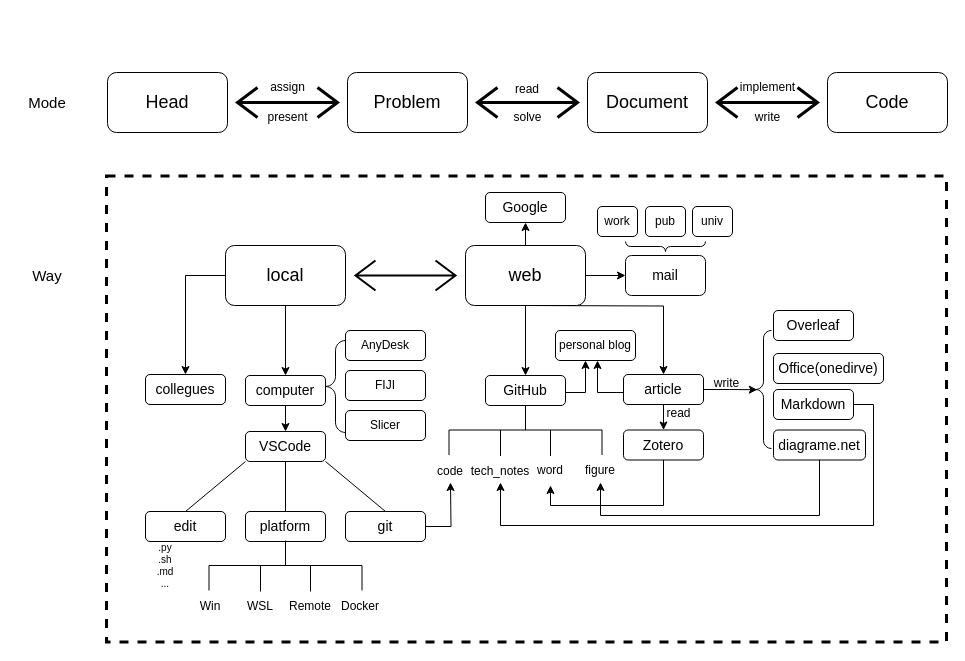
This is page "work routine" (5 of 6) of Fig_CS/Figure-Factory.drawio from jizhang02/Figure-Factory, a draw.io file, before an edit. Source tidied: cells renumbered, new cells numbered last; positions are measured from the earlier drawing's top-left corner, leaving out a move shared by most shapes. Both pictures are drawn from the tidied source at 100%, with x=0, y=0 at pixel (17, 72).
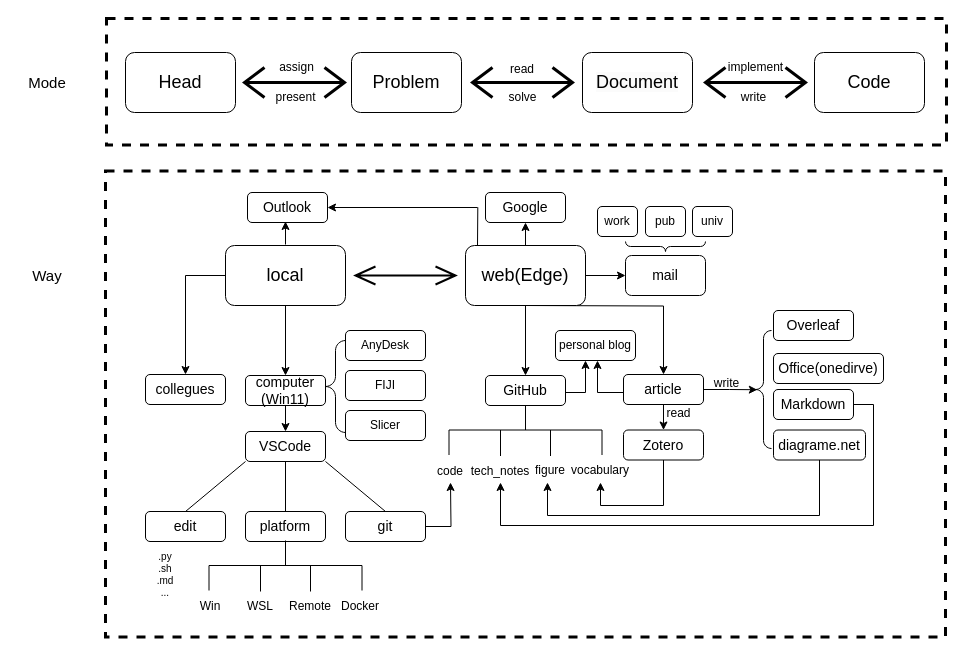
The same diagram, later.

Unchanged cells that the change refers to:
```xml
<mxCell id="75" value="&lt;font style=&quot;font-size: 14px;&quot;&gt;Zotero&lt;/font&gt;" style="rounded=1;whiteSpace=wrap;html=1;fontSize=12;" parent="1" vertex="1">
  <mxGeometry x="606" y="357.5" width="80" height="30" as="geometry" />
</mxCell>
<mxCell id="79" value="&lt;span style=&quot;font-size: 14px;&quot;&gt;diagrame.net&lt;/span&gt;" style="rounded=1;whiteSpace=wrap;html=1;fontSize=12;" parent="1" vertex="1">
  <mxGeometry x="756" y="357.5" width="92" height="30" as="geometry" />
</mxCell>
```

Diff of the diagram source:
```diff
@@
+    <mxCell id="81" style="rounded=0;whiteSpace=wrap;html=1;strokeColor=#000000;strokeWidth=3;fontSize=15;fillColor=none;dashed=1;" parent="1" vertex="1">
+      <mxGeometry x="89" y="-54" width="840" height="126.5" as="geometry" />
+    </mxCell>
     <mxCell id="2" style="rounded=0;whiteSpace=wrap;html=1;strokeColor=#000000;strokeWidth=3;fontSize=15;fillColor=none;dashed=1;" parent="1" vertex="1">
-      <mxGeometry x="89" y="103.5" width="840" height="466" as="geometry" />
+      <mxGeometry x="88" y="98.5" width="840" height="466" as="geometry" />
     </mxCell>
     <mxCell id="3" value="&lt;font style=&quot;font-size: 18px;&quot;&gt;Problem&lt;/font&gt;" style="rounded=1;whiteSpace=wrap;html=1;" parent="1" vertex="1">
-      <mxGeometry x="330" width="120" height="60" as="geometry" />
+      <mxGeometry x="334" y="-20" width="110" height="60" as="geometry" />
     </mxCell>
     <mxCell id="4" value="&lt;span style=&quot;color: rgb(0, 0, 0); font-family: Helvetica; font-size: 18px; font-style: normal; font-variant-ligatures: normal; font-variant-caps: normal; font-weight: 400; letter-spacing: normal; orphans: 2; text-align: center; text-indent: 0px; text-transform: none; widows: 2; word-spacing: 0px; -webkit-text-stroke-width: 0px; background-color: rgb(251, 251, 251); text-decoration-thickness: initial; text-decoration-style: initial; text-decoration-color: initial; float: none; display: inline !important;&quot;&gt;Document&lt;/span&gt;" style="rounded=1;whiteSpace=wrap;html=1;" parent="1" vertex="1">
-      <mxGeometry x="570" width="120" height="60" as="geometry" />
+      <mxGeometry x="565" y="-20" width="110" height="60" as="geometry" />
     </mxCell>
     <mxCell id="5" value="&lt;font style=&quot;font-size: 18px;&quot;&gt;Code&lt;/font&gt;" style="rounded=1;whiteSpace=wrap;html=1;" parent="1" vertex="1">
-      <mxGeometry x="810" width="120" height="60" as="geometry" />
+      <mxGeometry x="797" y="-20" width="110" height="60" as="geometry" />
     </mxCell>
     <mxCell id="6" style="html=1;whiteSpace=wrap;fillColor=#AFFFAF;shape=mxgraph.archimate3.commNetw;strokeWidth=3;" parent="1" vertex="1">
-      <mxGeometry x="460" y="15" width="100" height="30" as="geometry" />
+      <mxGeometry x="455" y="-5" width="100" height="30" as="geometry" />
     </mxCell>
     <mxCell id="7" style="html=1;whiteSpace=wrap;fillColor=#AFFFAF;shape=mxgraph.archimate3.commNetw;strokeWidth=3;" parent="1" vertex="1">
-      <mxGeometry x="700" y="15" width="100" height="30" as="geometry" />
+      <mxGeometry x="688" y="-5" width="100" height="30" as="geometry" />
     </mxCell>
     <mxCell id="8" value="&lt;font style=&quot;font-size: 12px;&quot;&gt;read&lt;/font&gt;" style="text;html=1;strokeColor=none;fillColor=none;align=center;verticalAlign=middle;whiteSpace=wrap;rounded=0;fontSize=18;" parent="1" vertex="1">
-      <mxGeometry x="480" width="60" height="30" as="geometry" />
+      <mxGeometry x="475" y="-20" width="60" height="30" as="geometry" />
     </mxCell>
     <mxCell id="9" value="implement" style="text;html=1;align=center;verticalAlign=middle;strokeColor=none;fillColor=none;fontSize=12;" parent="1" vertex="1">
-      <mxGeometry x="710" width="80" height="30" as="geometry" />
+      <mxGeometry x="698" y="-20" width="80" height="30" as="geometry" />
     </mxCell>
     <mxCell id="10" value="write" style="text;html=1;align=center;verticalAlign=middle;strokeColor=none;fillColor=none;fontSize=12;" parent="1" vertex="1">
-      <mxGeometry x="725" y="30" width="50" height="30" as="geometry" />
+      <mxGeometry x="711" y="10" width="50" height="30" as="geometry" />
     </mxCell>
     <mxCell id="11" value="solve" style="text;html=1;align=center;verticalAlign=middle;strokeColor=none;fillColor=none;fontSize=12;" parent="1" vertex="1">
-      <mxGeometry x="485" y="30" width="50" height="30" as="geometry" />
+      <mxGeometry x="480" y="10" width="50" height="30" as="geometry" />
     </mxCell>
     <mxCell id="12" value="&lt;font style=&quot;font-size: 18px;&quot;&gt;Head&lt;/font&gt;" style="rounded=1;whiteSpace=wrap;html=1;" parent="1" vertex="1">
-      <mxGeometry x="90" width="120" height="60" as="geometry" />
+      <mxGeometry x="108" y="-20" width="110" height="60" as="geometry" />
     </mxCell>
     <mxCell id="13" style="html=1;whiteSpace=wrap;fillColor=#AFFFAF;shape=mxgraph.archimate3.commNetw;strokeWidth=3;" parent="1" vertex="1">
-      <mxGeometry x="220" y="15" width="100" height="30" as="geometry" />
+      <mxGeometry x="227" y="-5" width="100" height="30" as="geometry" />
     </mxCell>
     <mxCell id="14" value="assign" style="text;html=1;align=center;verticalAlign=middle;strokeColor=none;fillColor=none;fontSize=12;" parent="1" vertex="1">
-      <mxGeometry x="240" width="60" height="30" as="geometry" />
+      <mxGeometry x="249" y="-20" width="60" height="30" as="geometry" />
     </mxCell>
     <mxCell id="15" value="present" style="text;html=1;align=center;verticalAlign=middle;strokeColor=none;fillColor=none;fontSize=12;" parent="1" vertex="1">
-      <mxGeometry x="240" y="30" width="60" height="30" as="geometry" />
+      <mxGeometry x="248" y="10" width="60" height="30" as="geometry" />
     </mxCell>
     <mxCell id="16" value="&lt;font style=&quot;font-size: 15px;&quot;&gt;Mode&lt;/font&gt;" style="text;html=1;strokeColor=none;fillColor=none;align=center;verticalAlign=middle;whiteSpace=wrap;rounded=0;fontSize=10;strokeWidth=1;" parent="1" vertex="1">
-      <mxGeometry y="15" width="60" height="30" as="geometry" />
+      <mxGeometry y="-5" width="60" height="30" as="geometry" />
     </mxCell>
@@
-    <mxCell id="20" value="&lt;font style=&quot;font-size: 18px;&quot;&gt;web&lt;/font&gt;" style="rounded=1;whiteSpace=wrap;html=1;fontSize=12;" parent="1" vertex="1">
+    <mxCell id="20" value="&lt;font style=&quot;font-size: 18px&quot;&gt;web(Edge)&lt;/font&gt;" style="rounded=1;whiteSpace=wrap;html=1;fontSize=12;" parent="1" vertex="1">
       <mxGeometry x="448" y="173" width="120" height="60" as="geometry" />
     </mxCell>
     <mxCell id="21" style="html=1;whiteSpace=wrap;fillColor=#AFFFAF;shape=mxgraph.archimate3.commNetw;strokeWidth=2;fontSize=18;" parent="1" vertex="1">
-      <mxGeometry x="338" y="188" width="100" height="30" as="geometry" />
+      <mxGeometry x="338" y="194" width="100" height="18" as="geometry" />
     </mxCell>
@@
-    <mxCell id="24" value="&lt;font style=&quot;font-size: 14px;&quot;&gt;computer&lt;/font&gt;" style="rounded=1;whiteSpace=wrap;html=1;fontSize=12;" parent="1" vertex="1">
+    <mxCell id="24" value="&lt;font style=&quot;font-size: 14px&quot;&gt;computer&lt;br&gt;(Win11)&lt;br&gt;&lt;/font&gt;" style="rounded=1;whiteSpace=wrap;html=1;fontSize=12;" parent="1" vertex="1">
       <mxGeometry x="228" y="303" width="80" height="30" as="geometry" />
     </mxCell>
@@
     <mxCell id="36" value="&lt;font style=&quot;font-size: 10px;&quot;&gt;.py&lt;br&gt;.sh&lt;br style=&quot;font-size: 10px;&quot;&gt;.md&lt;br style=&quot;font-size: 10px;&quot;&gt;...&lt;br style=&quot;font-size: 10px;&quot;&gt;&lt;/font&gt;" style="text;html=1;strokeColor=none;fillColor=none;align=center;verticalAlign=middle;whiteSpace=wrap;rounded=0;fontSize=10;spacing=1;" parent="1" vertex="1">
-      <mxGeometry x="118" y="473" width="60" height="40" as="geometry" />
+      <mxGeometry x="118" y="482" width="60" height="40" as="geometry" />
     </mxCell>
@@
-    <mxCell id="63" value="word" style="text;html=1;strokeColor=none;fillColor=none;align=center;verticalAlign=middle;whiteSpace=wrap;rounded=0;fontSize=12;strokeWidth=1;" parent="1" vertex="1">
+    <mxCell id="63" value="figure" style="text;html=1;strokeColor=none;fillColor=none;align=center;verticalAlign=middle;whiteSpace=wrap;rounded=0;fontSize=12;strokeWidth=1;" parent="1" vertex="1">
       <mxGeometry x="508" y="383" width="50" height="30" as="geometry" />
     </mxCell>
-    <mxCell id="64" value="figure" style="text;html=1;strokeColor=none;fillColor=none;align=center;verticalAlign=middle;whiteSpace=wrap;rounded=0;fontSize=12;strokeWidth=1;" parent="1" vertex="1">
+    <mxCell id="64" value="vocabulary" style="text;html=1;strokeColor=none;fillColor=none;align=center;verticalAlign=middle;whiteSpace=wrap;rounded=0;fontSize=12;strokeWidth=1;" parent="1" vertex="1">
       <mxGeometry x="558" y="383" width="50" height="30" as="geometry" />
     </mxCell>
@@
-    <mxCell id="74" style="edgeStyle=orthogonalEdgeStyle;rounded=0;jettySize=auto;html=1;entryX=0.5;entryY=1;entryDx=0;entryDy=0;fontSize=12;exitX=0.5;exitY=1;exitDx=0;exitDy=0;" parent="1" edge="1" source="75" target="63">
+    <mxCell id="74" style="edgeStyle=orthogonalEdgeStyle;rounded=0;jettySize=auto;html=1;fontSize=12;exitX=0.5;exitY=1;exitDx=0;exitDy=0;" parent="1" edge="1" source="75">
       <mxGeometry relative="1" as="geometry">
+        <mxPoint x="583" y="410" as="targetPoint" />
         <Array as="points">
           <mxPoint x="646" y="433" />
-          <mxPoint x="533" y="433" />
+          <mxPoint x="583" y="433" />
         </Array>
       </mxGeometry>
     </mxCell>
@@
     <mxCell id="78" style="edgeStyle=orthogonalEdgeStyle;rounded=0;jettySize=auto;html=1;fontSize=12;exitX=0.5;exitY=1;exitDx=0;exitDy=0;" parent="1" edge="1" source="79">
       <mxGeometry relative="1" as="geometry">
-        <mxPoint x="583" y="410" as="targetPoint" />
+        <mxPoint x="530" y="410" as="targetPoint" />
         <Array as="points">
           <mxPoint x="802" y="443" />
-          <mxPoint x="583" y="443" />
+          <mxPoint x="530" y="443" />
+          <mxPoint x="530" y="410" />
         </Array>
       </mxGeometry>
     </mxCell>
@@
+    <mxCell id="82" value="Outlook" style="rounded=1;whiteSpace=wrap;html=1;strokeWidth=1;fontSize=14;" parent="1" vertex="1">
+      <mxGeometry x="230" y="120" width="80" height="30" as="geometry" />
+    </mxCell>
+    <mxCell id="83" style="edgeStyle=orthogonalEdgeStyle;rounded=0;orthogonalLoop=1;jettySize=auto;html=1;fontSize=10;" parent="1" edge="1">
+      <mxGeometry relative="1" as="geometry">
+        <mxPoint x="268" y="172" as="sourcePoint" />
+        <mxPoint x="268" y="149" as="targetPoint" />
+      </mxGeometry>
+    </mxCell>
+    <mxCell id="84" style="endArrow=classic;html=1;rounded=0;entryX=1;entryY=0.5;entryDx=0;entryDy=0;" parent="1" edge="1" target="82">
+      <mxGeometry relative="1" as="geometry">
+        <mxPoint x="460" y="135" as="sourcePoint" />
+      </mxGeometry>
+    </mxCell>
+    <mxCell id="85" style="endArrow=none;html=1;rounded=0;exitX=0.103;exitY=0.024;exitDx=0;exitDy=0;exitPerimeter=0;entryX=0.442;entryY=0.078;entryDx=0;entryDy=0;entryPerimeter=0;" parent="1" edge="1">
+      <mxGeometry relative="1" as="geometry">
+        <mxPoint x="460" y="173" as="sourcePoint" />
+        <mxPoint x="460.3" y="134.8" as="targetPoint" />
+      </mxGeometry>
+    </mxCell>
```
